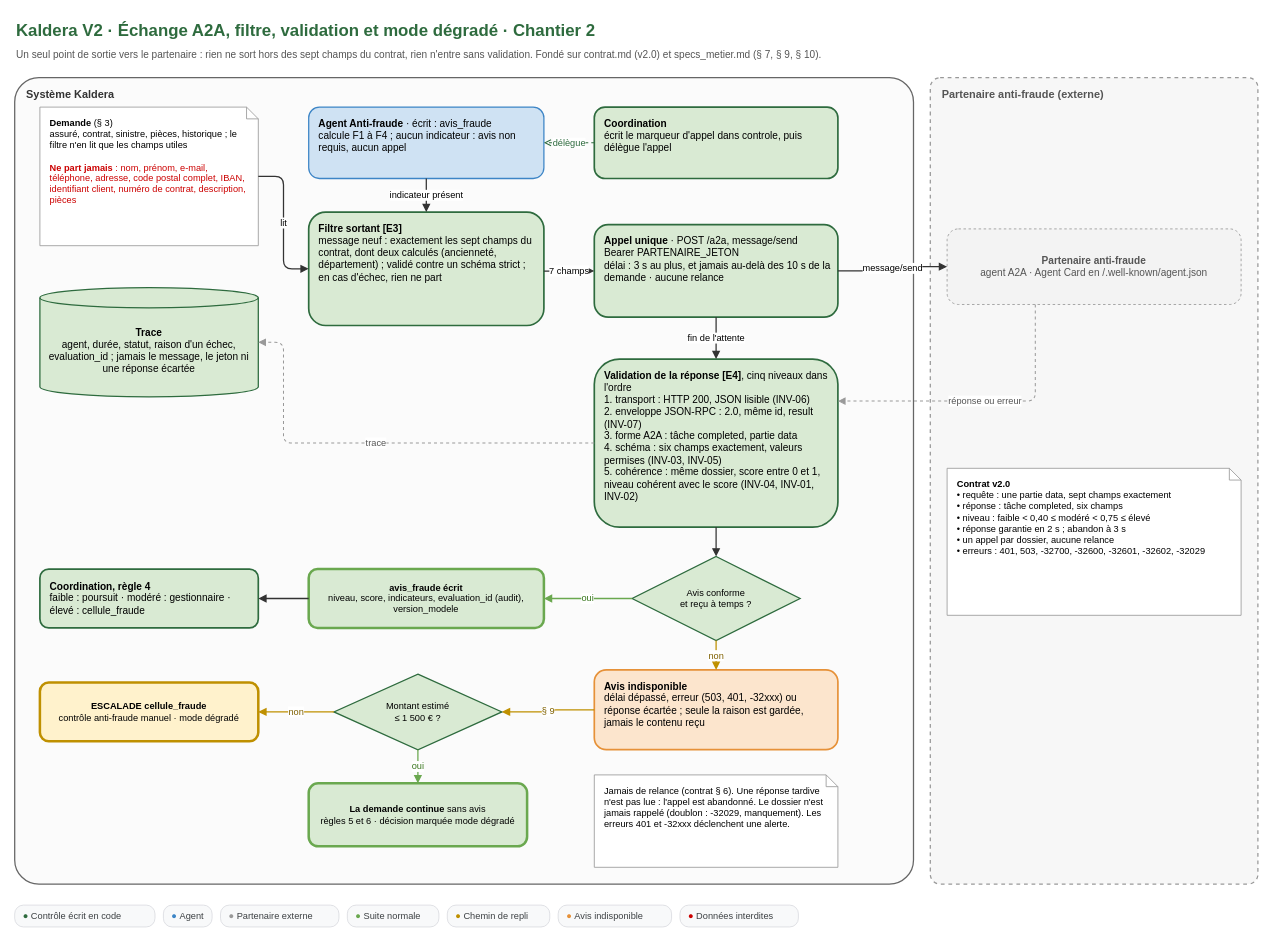
Before: schemas/schema-5-echange-a2a.drawio in Ganda15/kaldera-v2-conception, a draw.io diagram. Source tidied: cells renumbered, new cells numbered last; positions are measured from the earlier drawing's top-left corner, leaving out a move shared by most shapes. Both pictures are drawn from the tidied source at 84%, with x=0, y=0 at pixel (14, 14).
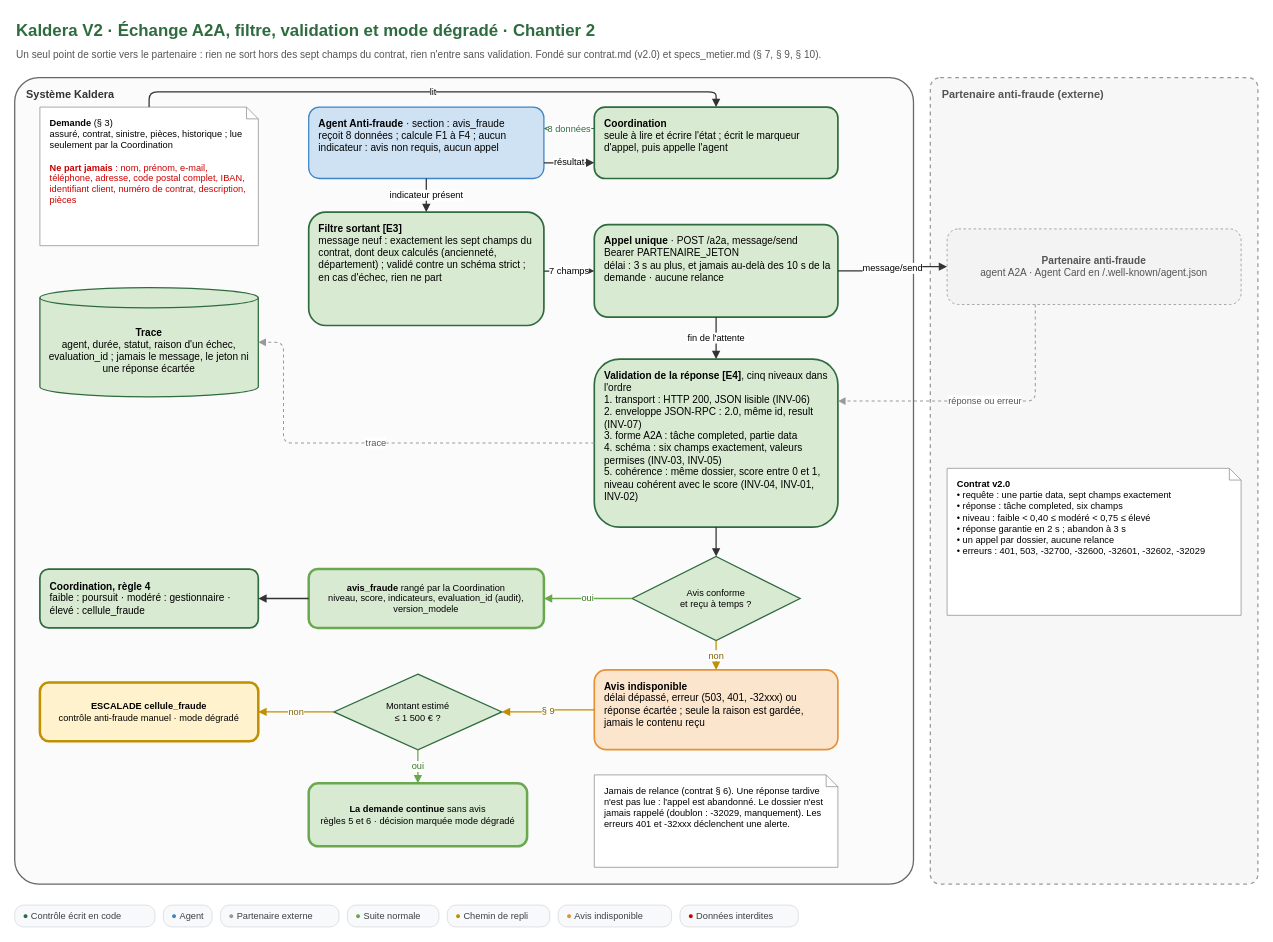
The same page after the edit.

Commit message (it also covers changes not shown here):
docs(chantier 2): la Coordination seule lit et range l'etat de la demande

The change refers to these unchanged cells:
```xml
<mxCell id="9" value="&lt;b&gt;Filtre sortant [E3]&lt;/b&gt;&lt;br&gt;message neuf : exactement les sept champs du contrat, dont deux calculés (ancienneté, département) ; validé contre un schéma strict ; en cas d'échec, rien ne part" style="whiteSpace=wrap;html=1;fontFamily=Arial;fontSize=12;align=left;spacingLeft=10;spacingRight=8;verticalAlign=top;spacingTop=6;rounded=1;fillColor=#d9ead3;strokeColor=#2E6B3E;strokeWidth=2;" parent="1" vertex="1">
  <mxGeometry x="350" y="235" width="280" height="135" as="geometry" />
</mxCell>
```

The edit, as a diff of the source:
```diff
@@
-    <mxCell id="6" value="&lt;b&gt;Demande&lt;/b&gt; (§ 3)&lt;br&gt;assuré, contrat, sinistre, pièces, historique ; le filtre n'en lit que les champs utiles&lt;br&gt;&lt;br&gt;&lt;font color=&quot;#cc0000&quot;&gt;&lt;b&gt;Ne part jamais&lt;/b&gt; : nom, prénom, e-mail, téléphone, adresse, code postal complet, IBAN, identifiant client, numéro de contrat, description, pièces&lt;/font&gt;" style="whiteSpace=wrap;html=1;fontFamily=Arial;fontSize=12;align=left;spacingLeft=10;spacingRight=8;verticalAlign=top;spacingTop=6;shape=note;size=14;fillColor=#ffffff;strokeColor=#999999;fontSize=11;" parent="1" vertex="1">
+    <mxCell id="6" value="&lt;b&gt;Demande&lt;/b&gt; (§ 3)&lt;br&gt;assuré, contrat, sinistre, pièces, historique ; lue seulement par la Coordination&lt;br&gt;&lt;br&gt;&lt;font color=&quot;#cc0000&quot;&gt;&lt;b&gt;Ne part jamais&lt;/b&gt; : nom, prénom, e-mail, téléphone, adresse, code postal complet, IBAN, identifiant client, numéro de contrat, description, pièces&lt;/font&gt;" style="whiteSpace=wrap;html=1;fontFamily=Arial;fontSize=12;align=left;spacingLeft=10;spacingRight=8;verticalAlign=top;spacingTop=6;shape=note;size=14;fillColor=#ffffff;strokeColor=#999999;fontSize=11;" parent="1" vertex="1">
       <mxGeometry x="30" y="110" width="260" height="165" as="geometry" />
     </mxCell>
-    <mxCell id="7" value="&lt;b&gt;Agent Anti-fraude&lt;/b&gt; · écrit : avis_fraude&lt;br&gt;calcule F1 à F4 ; aucun indicateur : avis non requis, aucun appel" style="whiteSpace=wrap;html=1;fontFamily=Arial;fontSize=12;align=left;spacingLeft=10;spacingRight=8;verticalAlign=top;spacingTop=6;rounded=1;fillColor=#cfe2f3;strokeColor=#3d85c6;strokeWidth=1.5;" parent="1" vertex="1">
+    <mxCell id="7" value="&lt;b&gt;Agent Anti-fraude&lt;/b&gt; · section : avis_fraude&lt;br&gt;reçoit 8 données ; calcule F1 à F4 ; aucun indicateur : avis non requis, aucun appel" style="whiteSpace=wrap;html=1;fontFamily=Arial;fontSize=12;align=left;spacingLeft=10;spacingRight=8;verticalAlign=top;spacingTop=6;rounded=1;fillColor=#cfe2f3;strokeColor=#3d85c6;strokeWidth=1.5;" parent="1" vertex="1">
       <mxGeometry x="350" y="110" width="280" height="85" as="geometry" />
     </mxCell>
-    <mxCell id="8" value="&lt;b&gt;Coordination&lt;/b&gt;&lt;br&gt;écrit le marqueur d'appel dans controle, puis délègue l'appel" style="whiteSpace=wrap;html=1;fontFamily=Arial;fontSize=12;align=left;spacingLeft=10;spacingRight=8;verticalAlign=top;spacingTop=6;rounded=1;fillColor=#d9ead3;strokeColor=#2E6B3E;strokeWidth=2;" parent="1" vertex="1">
+    <mxCell id="8" value="&lt;b&gt;Coordination&lt;/b&gt;&lt;br&gt;seule à lire et écrire l'état ; écrit le marqueur d'appel, puis appelle l'agent" style="whiteSpace=wrap;html=1;fontFamily=Arial;fontSize=12;align=left;spacingLeft=10;spacingRight=8;verticalAlign=top;spacingTop=6;rounded=1;fillColor=#d9ead3;strokeColor=#2E6B3E;strokeWidth=2;" parent="1" vertex="1">
       <mxGeometry x="690" y="110" width="290" height="85" as="geometry" />
     </mxCell>
@@
-    <mxCell id="14" value="&lt;b&gt;avis_fraude écrit&lt;/b&gt;&lt;br&gt;niveau, score, indicateurs, evaluation_id (audit), version_modele" style="whiteSpace=wrap;html=1;fontFamily=Arial;fontSize=12;rounded=1;fillColor=#d9ead3;strokeColor=#6aa84f;strokeWidth=3;fontStyle=0;align=center;verticalAlign=middle;spacingTop=0;spacingLeft=6;spacingRight=6;fontSize=11;" parent="1" vertex="1">
+    <mxCell id="14" value="&lt;b&gt;avis_fraude&lt;/b&gt; rangé par la Coordination&lt;br&gt;niveau, score, indicateurs, evaluation_id (audit), version_modele" style="whiteSpace=wrap;html=1;fontFamily=Arial;fontSize=12;rounded=1;fillColor=#d9ead3;strokeColor=#6aa84f;strokeWidth=3;fontStyle=0;align=center;verticalAlign=middle;spacingTop=0;spacingLeft=6;spacingRight=6;fontSize=11;" parent="1" vertex="1">
       <mxGeometry x="350" y="660" width="280" height="70" as="geometry" />
     </mxCell>
@@
-    <mxCell id="23" value="lit" style="edgeStyle=orthogonalEdgeStyle;rounded=1;html=1;fontFamily=Arial;fontSize=11;labelBackgroundColor=#ffffff;endArrow=block;endFill=1;strokeColor=#333333;strokeWidth=1.5;exitX=1;exitY=0.5;exitDx=0;exitDy=0;entryX=0;entryY=0.5;entryDx=0;entryDy=0;" parent="1" edge="1" source="6" target="9">
+    <mxCell id="23" value="lit" style="edgeStyle=orthogonalEdgeStyle;rounded=1;html=1;fontFamily=Arial;fontSize=11;labelBackgroundColor=#ffffff;endArrow=block;endFill=1;strokeColor=#333333;strokeWidth=1.5;exitX=0.5;exitY=0;exitDx=0;exitDy=0;entryX=0.5;entryY=0;entryDx=0;entryDy=0;" parent="1" edge="1" source="6" target="8">
       <mxGeometry relative="1" as="geometry">
         <Array as="points">
-          <mxPoint x="320" y="192" />
-          <mxPoint x="320" y="303" />
+          <mxPoint x="160" y="92" />
+          <mxPoint x="835" y="92" />
         </Array>
       </mxGeometry>
     </mxCell>
-    <mxCell id="24" value="délègue" style="edgeStyle=orthogonalEdgeStyle;rounded=1;html=1;fontFamily=Arial;fontSize=11;labelBackgroundColor=#ffffff;endArrow=open;endFill=0;dashed=1;strokeColor=#2E6B3E;strokeWidth=1.2;fontColor=#2E6B3E;exitX=0;exitY=0.5;exitDx=0;exitDy=0;entryX=1;entryY=0.5;entryDx=0;entryDy=0;" parent="1" edge="1" source="8" target="7">
+    <mxCell id="24" value="8 données" style="edgeStyle=orthogonalEdgeStyle;rounded=1;html=1;fontFamily=Arial;fontSize=11;labelBackgroundColor=#ffffff;endArrow=open;endFill=0;dashed=1;strokeColor=#2E6B3E;strokeWidth=1.2;fontColor=#2E6B3E;exitX=0;exitY=0.3;exitDx=0;exitDy=0;entryX=1;entryY=0.3;entryDx=0;entryDy=0;" parent="1" edge="1" source="8" target="7">
       <mxGeometry relative="1" as="geometry" />
     </mxCell>
+    <mxCell id="45" value="résultat" style="edgeStyle=orthogonalEdgeStyle;rounded=1;html=1;fontFamily=Arial;fontSize=11;labelBackgroundColor=#ffffff;endArrow=block;endFill=1;strokeColor=#333333;strokeWidth=1.5;exitX=1;exitY=0.78;exitDx=0;exitDy=0;entryX=0;entryY=0.78;entryDx=0;entryDy=0;" parent="1" edge="1" source="7" target="8">
+      <mxGeometry relative="1" as="geometry" />
+    </mxCell>
```
